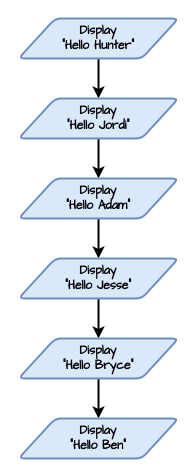
This is page "lesson_1_1" (2 of 21) of flowcharts.drawio from DamoM73/turtle_vid_tute, a draw.io file, before an edit. Source tidied: cells renumbered, new cells numbered last; positions are measured from the earlier drawing's top-left corner, leaving out a move shared by most shapes. Both pictures are drawn from the tidied source at 100%, with x=0, y=0 at pixel (18, 18).
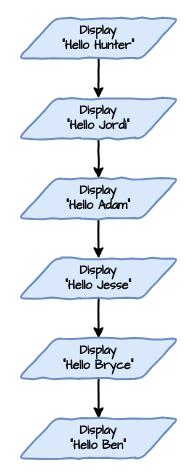
After the change.

Diff of the diagram source:
```diff
@@
 <mxGraphModel>
   <root>
     <mxCell id="0" />
     <mxCell id="1" parent="0" />
-    <mxCell id="2" style="edgeStyle=orthogonalEdgeStyle;rounded=0;jettySize=auto;html=1;exitX=0.5;exitY=1;exitDx=0;exitDy=0;entryX=0.5;entryY=0;entryDx=0;entryDy=0;fontFamily=Comic Sans MS;strokeWidth=2;" parent="1" edge="1" source="3" target="5">
+    <mxCell id="2" style="edgeStyle=orthogonalEdgeStyle;rounded=0;jettySize=auto;html=1;exitX=0.5;exitY=1;exitDx=0;exitDy=0;entryX=0.5;entryY=0;entryDx=0;entryDy=0;fontFamily=Comic Sans MS;strokeWidth=2;sketch=1;sketchStyle=comic;" parent="1" edge="1" source="3" target="5">
       <mxGeometry relative="1" as="geometry" />
     </mxCell>
-    <mxCell id="3" value="Display &lt;br&gt;&quot;Hello Hunter&quot;" style="shape=parallelogram;html=1;strokeWidth=2;perimeter=parallelogramPerimeter;whiteSpace=wrap;rounded=1;arcSize=12;size=0.23;fillColor=#dae8fc;strokeColor=#6c8ebf;fontFamily=Comic Sans MS;fontStyle=1;" parent="1" vertex="1">
+    <mxCell id="3" value="Display &lt;br&gt;&quot;Hello Hunter&quot;" style="shape=parallelogram;html=1;strokeWidth=2;perimeter=parallelogramPerimeter;whiteSpace=wrap;rounded=1;arcSize=12;size=0.23;fillColor=#dae8fc;strokeColor=#6c8ebf;fontFamily=Comic Sans MS;fontStyle=1;sketch=1;sketchStyle=comic;" parent="1" vertex="1">
       <mxGeometry width="160" height="40" as="geometry" />
     </mxCell>
-    <mxCell id="4" style="edgeStyle=orthogonalEdgeStyle;rounded=0;jettySize=auto;html=1;exitX=0.5;exitY=1;exitDx=0;exitDy=0;entryX=0.5;entryY=0;entryDx=0;entryDy=0;fontFamily=Comic Sans MS;strokeWidth=2;" parent="1" edge="1" source="5" target="7">
+    <mxCell id="4" style="edgeStyle=orthogonalEdgeStyle;rounded=0;jettySize=auto;html=1;exitX=0.5;exitY=1;exitDx=0;exitDy=0;entryX=0.5;entryY=0;entryDx=0;entryDy=0;fontFamily=Comic Sans MS;strokeWidth=2;sketch=1;sketchStyle=comic;" parent="1" edge="1" source="5" target="7">
       <mxGeometry relative="1" as="geometry" />
     </mxCell>
-    <mxCell id="5" value="Display &lt;br&gt;&quot;Hello Jordi&quot;" style="shape=parallelogram;html=1;strokeWidth=2;perimeter=parallelogramPerimeter;whiteSpace=wrap;rounded=1;arcSize=12;size=0.23;fillColor=#dae8fc;strokeColor=#6c8ebf;fontFamily=Comic Sans MS;fontStyle=1;" parent="1" vertex="1">
+    <mxCell id="5" value="Display &lt;br&gt;&quot;Hello Jordi&quot;" style="shape=parallelogram;html=1;strokeWidth=2;perimeter=parallelogramPerimeter;whiteSpace=wrap;rounded=1;arcSize=12;size=0.23;fillColor=#dae8fc;strokeColor=#6c8ebf;fontFamily=Comic Sans MS;fontStyle=1;sketch=1;sketchStyle=comic;" parent="1" vertex="1">
       <mxGeometry y="80" width="160" height="40" as="geometry" />
     </mxCell>
-    <mxCell id="6" style="edgeStyle=orthogonalEdgeStyle;rounded=0;jettySize=auto;html=1;exitX=0.5;exitY=1;exitDx=0;exitDy=0;entryX=0.5;entryY=0;entryDx=0;entryDy=0;fontFamily=Comic Sans MS;strokeWidth=2;" parent="1" edge="1" source="7" target="9">
+    <mxCell id="6" style="edgeStyle=orthogonalEdgeStyle;rounded=0;jettySize=auto;html=1;exitX=0.5;exitY=1;exitDx=0;exitDy=0;entryX=0.5;entryY=0;entryDx=0;entryDy=0;fontFamily=Comic Sans MS;strokeWidth=2;sketch=1;sketchStyle=comic;" parent="1" edge="1" source="7" target="9">
       <mxGeometry relative="1" as="geometry" />
     </mxCell>
-    <mxCell id="7" value="Display &lt;br&gt;&quot;Hello Adam&quot;" style="shape=parallelogram;html=1;strokeWidth=2;perimeter=parallelogramPerimeter;whiteSpace=wrap;rounded=1;arcSize=12;size=0.23;fillColor=#dae8fc;strokeColor=#6c8ebf;fontFamily=Comic Sans MS;fontStyle=1;" parent="1" vertex="1">
+    <mxCell id="7" value="Display &lt;br&gt;&quot;Hello Adam&quot;" style="shape=parallelogram;html=1;strokeWidth=2;perimeter=parallelogramPerimeter;whiteSpace=wrap;rounded=1;arcSize=12;size=0.23;fillColor=#dae8fc;strokeColor=#6c8ebf;fontFamily=Comic Sans MS;fontStyle=1;sketch=1;sketchStyle=comic;" parent="1" vertex="1">
       <mxGeometry y="160" width="160" height="40" as="geometry" />
     </mxCell>
-    <mxCell id="8" style="edgeStyle=orthogonalEdgeStyle;rounded=0;jettySize=auto;html=1;exitX=0.5;exitY=1;exitDx=0;exitDy=0;entryX=0.5;entryY=0;entryDx=0;entryDy=0;fontFamily=Comic Sans MS;strokeWidth=2;" parent="1" edge="1" source="9" target="11">
+    <mxCell id="8" style="edgeStyle=orthogonalEdgeStyle;rounded=0;jettySize=auto;html=1;exitX=0.5;exitY=1;exitDx=0;exitDy=0;entryX=0.5;entryY=0;entryDx=0;entryDy=0;fontFamily=Comic Sans MS;strokeWidth=2;sketch=1;sketchStyle=comic;" parent="1" edge="1" source="9" target="11">
       <mxGeometry relative="1" as="geometry" />
     </mxCell>
-    <mxCell id="9" value="Display &lt;br&gt;&quot;Hello Jesse&quot;" style="shape=parallelogram;html=1;strokeWidth=2;perimeter=parallelogramPerimeter;whiteSpace=wrap;rounded=1;arcSize=12;size=0.23;fillColor=#dae8fc;strokeColor=#6c8ebf;fontFamily=Comic Sans MS;fontStyle=1;" parent="1" vertex="1">
+    <mxCell id="9" value="Display &lt;br&gt;&quot;Hello Jesse&quot;" style="shape=parallelogram;html=1;strokeWidth=2;perimeter=parallelogramPerimeter;whiteSpace=wrap;rounded=1;arcSize=12;size=0.23;fillColor=#dae8fc;strokeColor=#6c8ebf;fontFamily=Comic Sans MS;fontStyle=1;sketch=1;sketchStyle=comic;" parent="1" vertex="1">
       <mxGeometry y="240" width="160" height="40" as="geometry" />
     </mxCell>
-    <mxCell id="10" style="edgeStyle=orthogonalEdgeStyle;rounded=0;jettySize=auto;html=1;exitX=0.5;exitY=1;exitDx=0;exitDy=0;entryX=0.5;entryY=0;entryDx=0;entryDy=0;fontFamily=Comic Sans MS;strokeWidth=2;" parent="1" edge="1" source="11" target="12">
+    <mxCell id="10" style="edgeStyle=orthogonalEdgeStyle;rounded=0;jettySize=auto;html=1;exitX=0.5;exitY=1;exitDx=0;exitDy=0;entryX=0.5;entryY=0;entryDx=0;entryDy=0;fontFamily=Comic Sans MS;strokeWidth=2;sketch=1;sketchStyle=comic;" parent="1" edge="1" source="11" target="12">
       <mxGeometry relative="1" as="geometry" />
     </mxCell>
-    <mxCell id="11" value="Display &lt;br&gt;&quot;Hello Bryce&quot;" style="shape=parallelogram;html=1;strokeWidth=2;perimeter=parallelogramPerimeter;whiteSpace=wrap;rounded=1;arcSize=12;size=0.23;fillColor=#dae8fc;strokeColor=#6c8ebf;fontFamily=Comic Sans MS;fontStyle=1;" parent="1" vertex="1">
+    <mxCell id="11" value="Display &lt;br&gt;&quot;Hello Bryce&quot;" style="shape=parallelogram;html=1;strokeWidth=2;perimeter=parallelogramPerimeter;whiteSpace=wrap;rounded=1;arcSize=12;size=0.23;fillColor=#dae8fc;strokeColor=#6c8ebf;fontFamily=Comic Sans MS;fontStyle=1;sketch=1;sketchStyle=comic;" parent="1" vertex="1">
       <mxGeometry y="320" width="160" height="40" as="geometry" />
     </mxCell>
-    <mxCell id="12" value="Display &lt;br&gt;&quot;Hello Ben&quot;" style="shape=parallelogram;html=1;strokeWidth=2;perimeter=parallelogramPerimeter;whiteSpace=wrap;rounded=1;arcSize=12;size=0.23;fillColor=#dae8fc;strokeColor=#6c8ebf;fontFamily=Comic Sans MS;fontStyle=1;" parent="1" vertex="1">
+    <mxCell id="12" value="Display &lt;br&gt;&quot;Hello Ben&quot;" style="shape=parallelogram;html=1;strokeWidth=2;perimeter=parallelogramPerimeter;whiteSpace=wrap;rounded=1;arcSize=12;size=0.23;fillColor=#dae8fc;strokeColor=#6c8ebf;fontFamily=Comic Sans MS;fontStyle=1;sketch=1;sketchStyle=comic;" parent="1" vertex="1">
       <mxGeometry y="400" width="160" height="40" as="geometry" />
     </mxCell>
   </root>
 </mxGraphModel>
```
